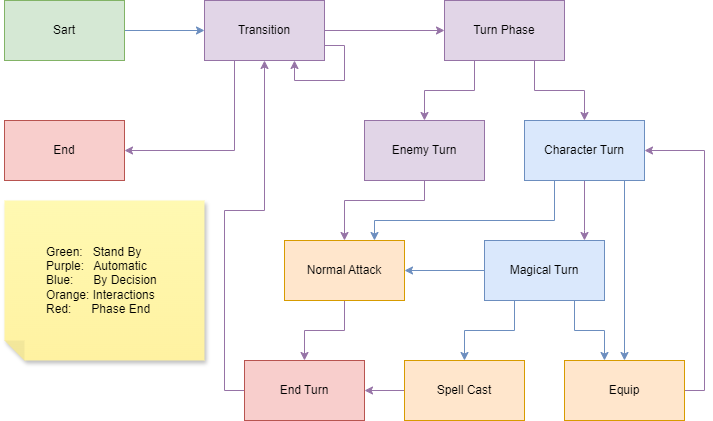
The draw.io diagram docs/diagrama-estados.png in Ateuluz/final-reality, before a commit. Source tidied: cells renumbered, new cells last; positions are measured from the earlier drawing's top-left corner, leaving out a move shared by most shapes.
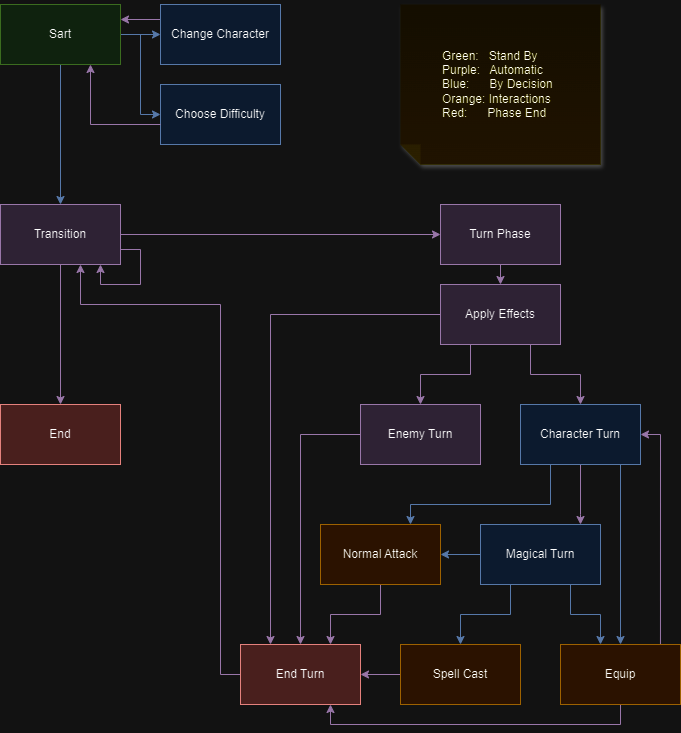
The same file after the commit.

Commit message:
docs(docs): State Diagrams update

The edit, as a diff of the source:
```diff
@@ -2,41 +2,39 @@
   <root>
     <mxCell id="0" />
     <mxCell id="1" parent="0" />
-    <mxCell id="2" style="edgeStyle=orthogonalEdgeStyle;rounded=0;jettySize=auto;html=1;exitX=1;exitY=0.5;exitDx=0;exitDy=0;entryX=0;entryY=0.5;entryDx=0;entryDy=0;fillColor=#dae8fc;strokeColor=#6c8ebf;" parent="1" edge="1" source="3" target="7">
+    <mxCell id="2" style="edgeStyle=orthogonalEdgeStyle;rounded=0;jettySize=auto;html=1;exitX=0.5;exitY=1;exitDx=0;exitDy=0;entryX=0.5;entryY=0;entryDx=0;entryDy=0;fillColor=#dae8fc;strokeColor=#6c8ebf;" parent="1" edge="1" source="3" target="7">
       <mxGeometry relative="1" as="geometry" />
     </mxCell>
+    <mxCell id="31" style="edgeStyle=orthogonalEdgeStyle;rounded=0;jettySize=auto;html=1;exitX=1;exitY=0.5;exitDx=0;exitDy=0;entryX=0;entryY=0.5;entryDx=0;entryDy=0;fillColor=#dae8fc;strokeColor=#6c8ebf;" parent="1" edge="1" source="3" target="43">
+      <mxGeometry relative="1" as="geometry" />
+    </mxCell>
+    <mxCell id="32" style="edgeStyle=orthogonalEdgeStyle;rounded=0;jettySize=auto;html=1;exitX=1;exitY=0.5;exitDx=0;exitDy=0;entryX=0;entryY=0.5;entryDx=0;entryDy=0;fillColor=#dae8fc;strokeColor=#6c8ebf;" parent="1" edge="1" source="3" target="40">
+      <mxGeometry relative="1" as="geometry" />
+    </mxCell>
     <mxCell id="3" value="Sart" style="whiteSpace=wrap;html=1;fillColor=#d5e8d4;strokeColor=#82b366;" parent="1" vertex="1">
-      <mxGeometry width="120" height="60" as="geometry" />
+      <mxGeometry y="-280" width="120" height="60" as="geometry" />
     </mxCell>
     <mxCell id="4" value="End" style="whiteSpace=wrap;html=1;fillColor=#f8cecc;strokeColor=#b85450;" parent="1" vertex="1">
       <mxGeometry y="120" width="120" height="60" as="geometry" />
     </mxCell>
-    <mxCell id="5" style="edgeStyle=orthogonalEdgeStyle;rounded=0;jettySize=auto;html=1;exitX=0.25;exitY=1;exitDx=0;exitDy=0;entryX=1;entryY=0.5;entryDx=0;entryDy=0;fillColor=#e1d5e7;strokeColor=#9673a6;" parent="1" edge="1" source="7" target="4">
+    <mxCell id="5" style="edgeStyle=orthogonalEdgeStyle;rounded=0;jettySize=auto;html=1;exitX=0.5;exitY=1;exitDx=0;exitDy=0;entryX=0.5;entryY=0;entryDx=0;entryDy=0;fillColor=#e1d5e7;strokeColor=#9673a6;" parent="1" edge="1" source="7" target="4">
       <mxGeometry relative="1" as="geometry" />
     </mxCell>
     <mxCell id="6" style="edgeStyle=orthogonalEdgeStyle;rounded=0;jettySize=auto;html=1;exitX=1;exitY=0.5;exitDx=0;exitDy=0;entryX=0;entryY=0.5;entryDx=0;entryDy=0;fillColor=#e1d5e7;strokeColor=#9673a6;" parent="1" edge="1" source="7" target="10">
       <mxGeometry relative="1" as="geometry" />
     </mxCell>
     <mxCell id="7" value="Transition" style="whiteSpace=wrap;html=1;fillColor=#e1d5e7;strokeColor=#9673a6;" parent="1" vertex="1">
-      <mxGeometry x="200" width="120" height="60" as="geometry" />
+      <mxGeometry y="-80" width="120" height="60" as="geometry" />
     </mxCell>
-    <mxCell id="8" style="edgeStyle=orthogonalEdgeStyle;rounded=0;jettySize=auto;html=1;exitX=0.75;exitY=1;exitDx=0;exitDy=0;fillColor=#e1d5e7;strokeColor=#9673a6;" parent="1" edge="1" source="10" target="16">
-      <mxGeometry relative="1" as="geometry" />
-    </mxCell>
-    <mxCell id="9" style="edgeStyle=orthogonalEdgeStyle;rounded=0;jettySize=auto;html=1;exitX=0.25;exitY=1;exitDx=0;exitDy=0;fillColor=#e1d5e7;strokeColor=#9673a6;" parent="1" edge="1" source="10" target="12">
-      <mxGeometry relative="1" as="geometry" />
-    </mxCell>
+    <mxCell id="33" style="edgeStyle=orthogonalEdgeStyle;rounded=0;jettySize=auto;html=1;exitX=0.5;exitY=1;exitDx=0;exitDy=0;entryX=0.5;entryY=0;entryDx=0;entryDy=0;fillColor=#e1d5e7;strokeColor=#9673a6;" parent="1" edge="1" source="10" target="39">
+      <mxGeometry relative="1" as="geometry" />
+    </mxCell>
     <mxCell id="10" value="Turn Phase" style="whiteSpace=wrap;html=1;fillColor=#e1d5e7;strokeColor=#9673a6;" parent="1" vertex="1">
-      <mxGeometry x="440" width="120" height="60" as="geometry" />
+      <mxGeometry x="440" y="-80" width="120" height="60" as="geometry" />
     </mxCell>
-    <mxCell id="11" style="edgeStyle=orthogonalEdgeStyle;rounded=0;jettySize=auto;html=1;exitX=0.5;exitY=1;exitDx=0;exitDy=0;fillColor=#e1d5e7;strokeColor=#9673a6;" parent="1" edge="1" source="12" target="18">
-      <mxGeometry relative="1" as="geometry">
-        <Array as="points">
-          <mxPoint x="420" y="200" />
-          <mxPoint x="340" y="200" />
-        </Array>
-      </mxGeometry>
-    </mxCell>
+    <mxCell id="34" style="edgeStyle=orthogonalEdgeStyle;rounded=0;jettySize=auto;html=1;exitX=0;exitY=0.5;exitDx=0;exitDy=0;fillColor=#e1d5e7;strokeColor=#9673a6;" parent="1" edge="1" source="12" target="28">
+      <mxGeometry relative="1" as="geometry" />
+    </mxCell>
     <mxCell id="12" value="Enemy Turn" style="whiteSpace=wrap;html=1;fillColor=#e1d5e7;strokeColor=#9673a6;" parent="1" vertex="1">
       <mxGeometry x="360" y="120" width="120" height="60" as="geometry" />
     </mxCell>
@@ -59,7 +57,7 @@
       <mxGeometry relative="1" as="geometry">
         <Array as="points">
           <mxPoint x="550" y="220" />
-          <mxPoint x="370" y="220" />
+          <mxPoint x="410" y="220" />
         </Array>
       </mxGeometry>
     </mxCell>
@@ -67,10 +65,15 @@
       <mxGeometry x="520" y="120" width="120" height="60" as="geometry" />
     </mxCell>
     <mxCell id="17" style="edgeStyle=orthogonalEdgeStyle;rounded=0;jettySize=auto;html=1;exitX=0.5;exitY=1;exitDx=0;exitDy=0;fillColor=#e1d5e7;strokeColor=#9673a6;" parent="1" edge="1" source="18" target="28">
-      <mxGeometry relative="1" as="geometry" />
+      <mxGeometry relative="1" as="geometry">
+        <Array as="points">
+          <mxPoint x="380" y="330" />
+          <mxPoint x="330" y="330" />
+        </Array>
+      </mxGeometry>
     </mxCell>
     <mxCell id="18" value="Normal Attack" style="whiteSpace=wrap;html=1;fillColor=#ffe6cc;strokeColor=#d79b00;" parent="1" vertex="1">
-      <mxGeometry x="280" y="240" width="120" height="60" as="geometry" />
+      <mxGeometry x="320" y="240" width="120" height="60" as="geometry" />
     </mxCell>
     <mxCell id="19" style="edgeStyle=orthogonalEdgeStyle;rounded=0;jettySize=auto;html=1;exitX=0.75;exitY=1;exitDx=0;exitDy=0;fillColor=#dae8fc;strokeColor=#6c8ebf;" parent="1" edge="1" source="22" target="24">
       <mxGeometry relative="1" as="geometry">
@@ -89,9 +92,17 @@
     <mxCell id="22" value="Magical Turn" style="whiteSpace=wrap;html=1;fillColor=#dae8fc;strokeColor=#6c8ebf;" parent="1" vertex="1">
       <mxGeometry x="480" y="240" width="120" height="60" as="geometry" />
     </mxCell>
-    <mxCell id="23" style="edgeStyle=orthogonalEdgeStyle;rounded=0;jettySize=auto;html=1;exitX=1;exitY=0.5;exitDx=0;exitDy=0;entryX=1;entryY=0.5;entryDx=0;entryDy=0;fillColor=#e1d5e7;strokeColor=#9673a6;" parent="1" edge="1" source="24" target="16">
+    <mxCell id="23" style="edgeStyle=orthogonalEdgeStyle;rounded=0;jettySize=auto;html=1;exitX=0.833;exitY=0.017;exitDx=0;exitDy=0;entryX=1;entryY=0.5;entryDx=0;entryDy=0;fillColor=#e1d5e7;strokeColor=#9673a6;exitPerimeter=0;" parent="1" edge="1" source="24" target="16">
       <mxGeometry relative="1" as="geometry" />
     </mxCell>
+    <mxCell id="35" style="edgeStyle=orthogonalEdgeStyle;rounded=0;jettySize=auto;html=1;exitX=0.5;exitY=1;exitDx=0;exitDy=0;entryX=0.75;entryY=1;entryDx=0;entryDy=0;fillColor=#e1d5e7;strokeColor=#9673a6;" parent="1" edge="1" source="24" target="28">
+      <mxGeometry relative="1" as="geometry">
+        <Array as="points">
+          <mxPoint x="620" y="440" />
+          <mxPoint x="330" y="440" />
+        </Array>
+      </mxGeometry>
+    </mxCell>
     <mxCell id="24" value="Equip" style="whiteSpace=wrap;html=1;fillColor=#ffe6cc;strokeColor=#d79b00;" parent="1" vertex="1">
       <mxGeometry x="560" y="360" width="120" height="60" as="geometry" />
     </mxCell>
@@ -105,8 +116,8 @@
       <mxGeometry relative="1" as="geometry">
         <Array as="points">
           <mxPoint x="220" y="390" />
-          <mxPoint x="220" y="210" />
-          <mxPoint x="260" y="210" />
+          <mxPoint x="220" y="20" />
+          <mxPoint x="80" y="20" />
         </Array>
       </mxGeometry>
     </mxCell>
@@ -116,14 +127,46 @@
     <mxCell id="29" style="edgeStyle=orthogonalEdgeStyle;rounded=0;orthogonalLoop=1;jettySize=auto;html=1;exitX=1;exitY=0.75;exitDx=0;exitDy=0;fillColor=#e1d5e7;strokeColor=#9673a6;" parent="1" edge="1" source="7" target="7">
       <mxGeometry relative="1" as="geometry">
         <Array as="points">
-          <mxPoint x="340" y="45" />
-          <mxPoint x="340" y="80" />
-          <mxPoint x="290" y="80" />
+          <mxPoint x="140" y="-35" />
+          <mxPoint x="140" />
+          <mxPoint x="100" />
         </Array>
       </mxGeometry>
     </mxCell>
     <mxCell id="30" value="&lt;blockquote style=&quot;margin: 0 0 0 40px; border: none; padding: 0px;&quot;&gt;&lt;div style=&quot;&quot;&gt;&lt;span style=&quot;background-color: initial;&quot;&gt;Green:&amp;nbsp; &amp;nbsp;Stand By&lt;/span&gt;&lt;/div&gt;&lt;div style=&quot;&quot;&gt;Purple:&amp;nbsp; &amp;nbsp;Automatic&lt;/div&gt;&lt;div style=&quot;&quot;&gt;Blue:&amp;nbsp; &amp;nbsp; &amp;nbsp; By Decision&lt;/div&gt;&lt;div style=&quot;&quot;&gt;Orange: Interactions&lt;/div&gt;&lt;div style=&quot;&quot;&gt;Red:&amp;nbsp; &amp;nbsp; &amp;nbsp; Phase End&lt;/div&gt;&lt;/blockquote&gt;" style="shape=note;whiteSpace=wrap;html=1;backgroundOutline=1;fontColor=#000000;darkOpacity=0.05;fillColor=#FFF9B2;strokeColor=none;fillStyle=solid;direction=west;gradientDirection=north;gradientColor=#FFF2A1;shadow=1;size=20;align=left;" parent="1" vertex="1">
-      <mxGeometry y="200" width="200" height="160" as="geometry" />
+      <mxGeometry x="400" y="-280" width="200" height="160" as="geometry" />
     </mxCell>
+    <mxCell id="36" style="edgeStyle=orthogonalEdgeStyle;rounded=0;jettySize=auto;html=1;exitX=0.25;exitY=1;exitDx=0;exitDy=0;fillColor=#e1d5e7;strokeColor=#9673a6;" parent="1" edge="1" source="39" target="12">
+      <mxGeometry relative="1" as="geometry" />
+    </mxCell>
+    <mxCell id="37" style="edgeStyle=orthogonalEdgeStyle;rounded=0;jettySize=auto;html=1;exitX=0.75;exitY=1;exitDx=0;exitDy=0;fillColor=#e1d5e7;strokeColor=#9673a6;" parent="1" edge="1" source="39" target="16">
+      <mxGeometry relative="1" as="geometry" />
+    </mxCell>
+    <mxCell id="38" style="edgeStyle=orthogonalEdgeStyle;rounded=0;jettySize=auto;html=1;exitX=0;exitY=0.5;exitDx=0;exitDy=0;entryX=0.25;entryY=0;entryDx=0;entryDy=0;fillColor=#e1d5e7;strokeColor=#9673a6;" parent="1" edge="1" source="39" target="28">
+      <mxGeometry relative="1" as="geometry">
+        <Array as="points">
+          <mxPoint x="270" y="30" />
+        </Array>
+      </mxGeometry>
+    </mxCell>
+    <mxCell id="39" value="Apply Effects" style="whiteSpace=wrap;html=1;fillColor=#e1d5e7;strokeColor=#9673a6;" parent="1" vertex="1">
+      <mxGeometry x="440" width="120" height="60" as="geometry" />
+    </mxCell>
+    <mxCell id="40" value="Choose Difficulty" style="whiteSpace=wrap;html=1;fillColor=#dae8fc;strokeColor=#6c8ebf;" parent="1" vertex="1">
+      <mxGeometry x="160" y="-200" width="120" height="60" as="geometry" />
+    </mxCell>
+    <mxCell id="41" style="edgeStyle=orthogonalEdgeStyle;rounded=0;jettySize=auto;html=1;entryX=0.75;entryY=1;entryDx=0;entryDy=0;fillColor=#e1d5e7;strokeColor=#9673a6;" parent="1" edge="1" source="40" target="3">
+      <mxGeometry relative="1" as="geometry">
+        <Array as="points">
+          <mxPoint x="90" y="-160" />
+        </Array>
+      </mxGeometry>
+    </mxCell>
+    <mxCell id="42" style="edgeStyle=orthogonalEdgeStyle;rounded=0;jettySize=auto;html=1;exitX=0;exitY=0.25;exitDx=0;exitDy=0;entryX=1;entryY=0.25;entryDx=0;entryDy=0;fillColor=#e1d5e7;strokeColor=#9673a6;" parent="1" edge="1" source="43" target="3">
+      <mxGeometry relative="1" as="geometry" />
+    </mxCell>
+    <mxCell id="43" value="Change Character" style="whiteSpace=wrap;html=1;fillColor=#dae8fc;strokeColor=#6c8ebf;" parent="1" vertex="1">
+      <mxGeometry x="160" y="-280" width="120" height="60" as="geometry" />
+    </mxCell>
   </root>
 </mxGraphModel>
```
